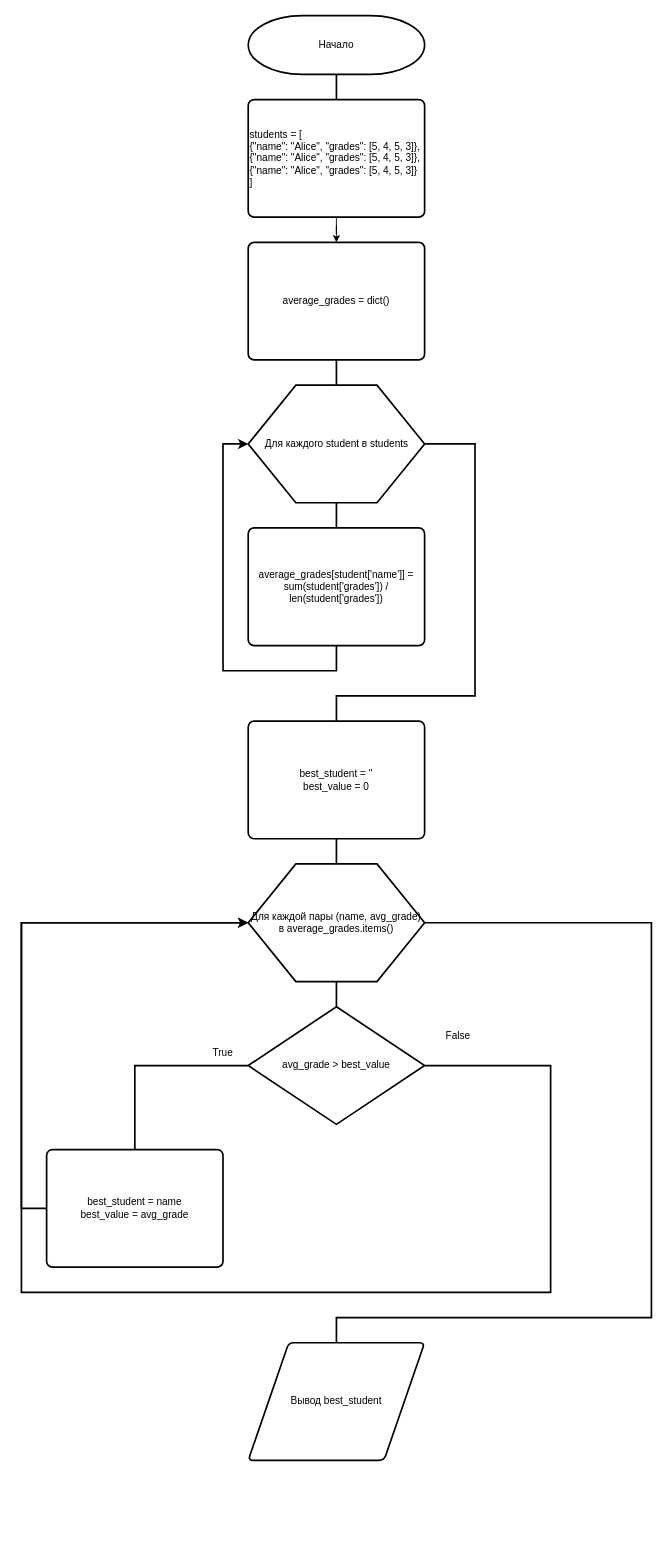
Before: task_1.drawio in bzzzden4ik/Python_data_types, a draw.io diagram. Source tidied: cells renumbered, new cells numbered last; positions are measured from the earlier drawing's top-left corner, leaving out a move shared by most shapes. Both pictures are drawn from the tidied source at 84%, with x=0, y=0 at pixel (21, 15).
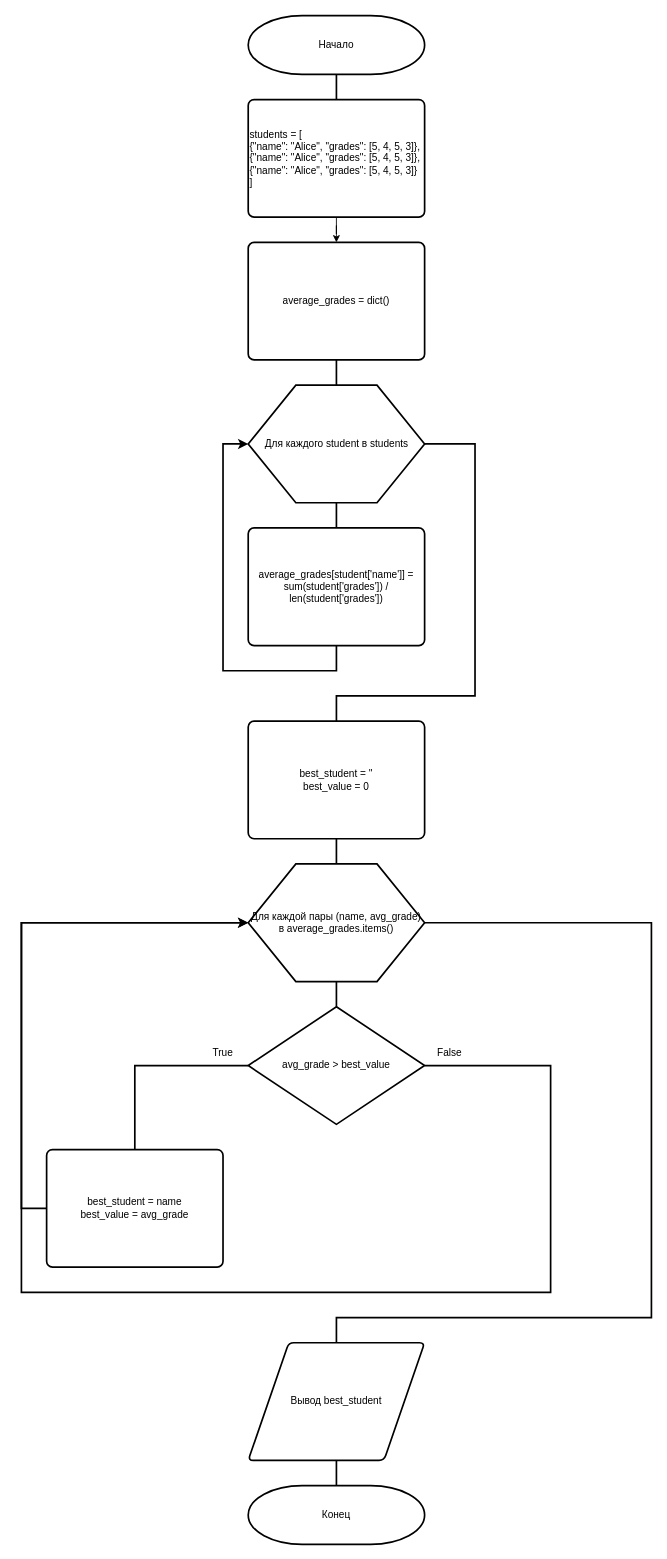
After the change.

Commit message:
Update flowchart task_2

The change refers to these unchanged cells:
```xml
<mxCell id="25" value="Вывод best_student" style="shape=parallelogram;html=1;strokeWidth=2;perimeter=parallelogramPerimeter;whiteSpace=wrap;rounded=1;arcSize=12;size=0.23;" parent="1" vertex="1">
  <mxGeometry x="270" y="1580" width="210" height="140" as="geometry" />
</mxCell>
```

What changed in the source:
```diff
@@
     <mxCell id="24" value="False" style="text;html=1;whiteSpace=wrap;strokeColor=none;fillColor=none;align=center;verticalAlign=middle;rounded=0;" parent="1" vertex="1">
-      <mxGeometry x="490" y="1200" width="60" height="30" as="geometry" />
+      <mxGeometry x="480" y="1220" width="60" height="30" as="geometry" />
     </mxCell>
+    <mxCell id="26" style="edgeStyle=orthogonalEdgeStyle;rounded=0;jettySize=auto;html=1;strokeWidth=2;endArrow=none;endFill=0;" parent="1" edge="1" source="25" target="27">
+      <mxGeometry relative="1" as="geometry" />
+    </mxCell>
@@
+    <mxCell id="27" value="Конец" style="strokeWidth=2;html=1;shape=mxgraph.flowchart.terminator;whiteSpace=wrap;" parent="1" vertex="1">
+      <mxGeometry x="270" y="1750" width="210" height="70" as="geometry" />
+    </mxCell>
```
